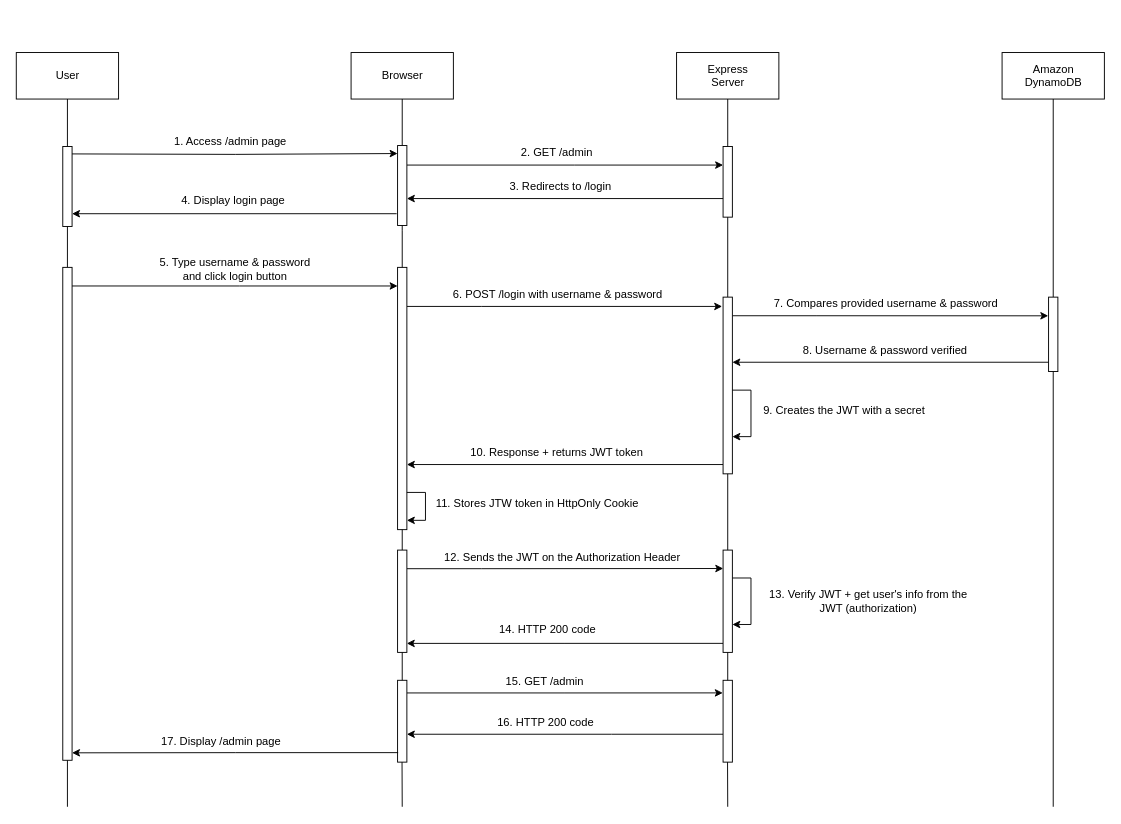
This is doc/diagrams/authentication-flow/A&A-flow.drawio from halaoner/KO-Portfolio, a draw.io file, before an edit. Source tidied: cells renumbered, new cells numbered last; positions are measured from the earlier drawing's top-left corner, leaving out a move shared by most shapes. Both pictures are drawn from the tidied source at 93%, with x=0, y=0 at pixel (16, 52). Pictures stored in the file or linked from it are replaced by grey dashed boxes.
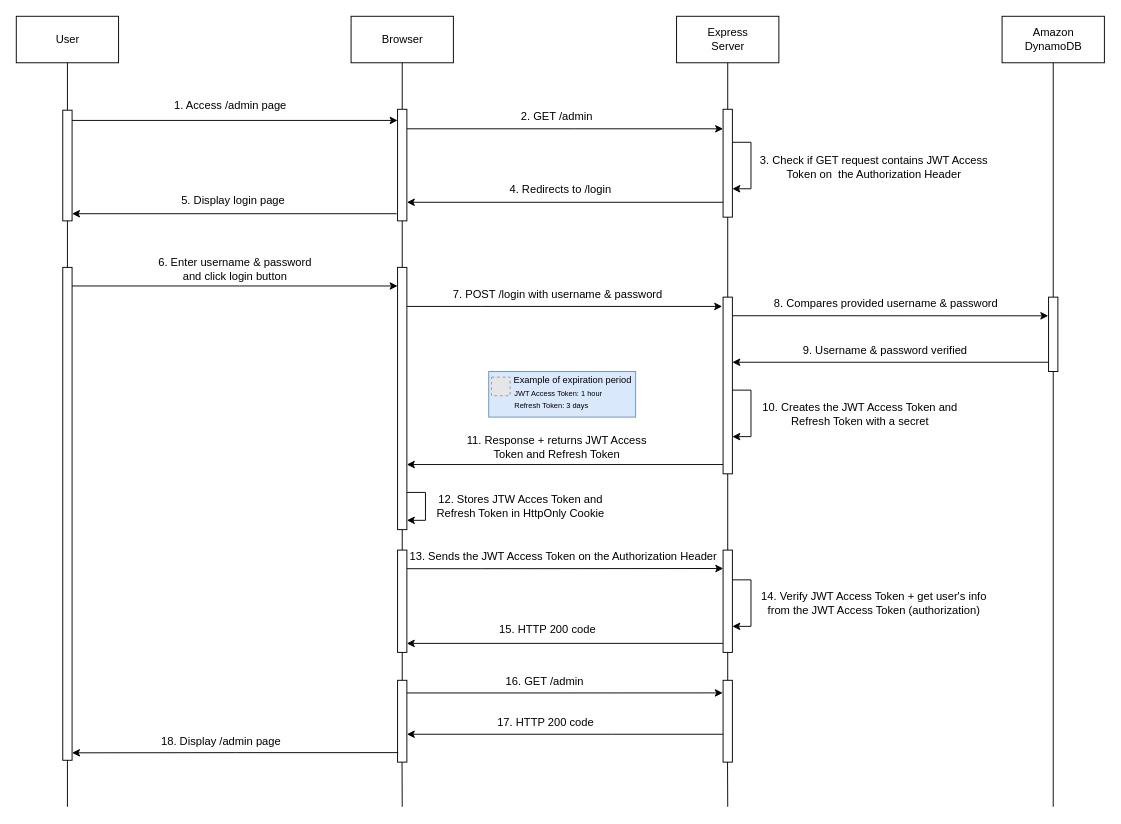
The same page after the edit.

Commit message (it also covers changes not shown here):
Add refresh token

The edit, as a diff of the source:
```diff
@@
     <mxCell id="2" value="Browser" style="html=1;" parent="1" vertex="1">
-      <mxGeometry x="360" width="110" height="50" as="geometry" />
+      <mxGeometry x="360" y="-39" width="110" height="50" as="geometry" />
     </mxCell>
     <mxCell id="3" value="Express &lt;br&gt;Server" style="html=1;" parent="1" vertex="1">
-      <mxGeometry x="710" width="110" height="50" as="geometry" />
+      <mxGeometry x="710" y="-39" width="110" height="50" as="geometry" />
     </mxCell>
     <mxCell id="4" value="Amazon &lt;br&gt;DynamoDB" style="html=1;" parent="1" vertex="1">
-      <mxGeometry x="1060" width="110" height="50" as="geometry" />
+      <mxGeometry x="1060" y="-39" width="110" height="50" as="geometry" />
     </mxCell>
@@
-    <mxCell id="14" value="6. POST /login with username &amp;amp; password" style="text;html=1;align=center;verticalAlign=middle;strokeColor=none;fillColor=none;" parent="1" vertex="1">
+    <mxCell id="14" value="7. POST /login with username &amp;amp; password" style="text;html=1;align=center;verticalAlign=middle;strokeColor=none;fillColor=none;" parent="1" vertex="1">
       <mxGeometry x="462" y="250" width="240" height="20" as="geometry" />
     </mxCell>
@@
-    <mxCell id="18" value="7. Compares provided username &amp;amp; password" style="text;html=1;align=center;verticalAlign=middle;strokeColor=none;fillColor=none;" parent="1" vertex="1">
+    <mxCell id="18" value="8. Compares provided username &amp;amp; password" style="text;html=1;align=center;verticalAlign=middle;strokeColor=none;fillColor=none;" parent="1" vertex="1">
       <mxGeometry x="805" y="260" width="260" height="20" as="geometry" />
     </mxCell>
-    <mxCell id="19" value="8. Username &amp;amp; password verified" style="text;html=1;align=center;verticalAlign=middle;strokeColor=none;fillColor=none;" parent="1" vertex="1">
+    <mxCell id="19" value="9. Username &amp;amp; password verified" style="text;html=1;align=center;verticalAlign=middle;strokeColor=none;fillColor=none;" parent="1" vertex="1">
       <mxGeometry x="839" y="311" width="190" height="20" as="geometry" />
     </mxCell>
@@
-    <mxCell id="22" value="9. Creates the JWT with a secret" style="text;html=1;align=center;verticalAlign=middle;strokeColor=none;fillColor=none;" parent="1" vertex="1">
-      <mxGeometry x="795" y="375" width="190" height="20" as="geometry" />
+    <mxCell id="22" value="10. Creates the JWT Access Token and &lt;br&gt;Refresh Token with a secret" style="text;html=1;align=center;verticalAlign=middle;strokeColor=none;fillColor=none;" parent="1" vertex="1">
+      <mxGeometry x="792" y="374" width="230" height="30" as="geometry" />
     </mxCell>
-    <mxCell id="23" value="10. Response + returns JWT token" style="text;html=1;align=center;verticalAlign=middle;strokeColor=none;fillColor=none;" parent="1" vertex="1">
-      <mxGeometry x="481" y="420" width="200" height="20" as="geometry" />
+    <mxCell id="23" value="11. Response + returns JWT Access &lt;br&gt;Token and Refresh Token" style="text;html=1;align=center;verticalAlign=middle;strokeColor=none;fillColor=none;" parent="1" vertex="1">
+      <mxGeometry x="476" y="409" width="210" height="30" as="geometry" />
     </mxCell>
@@
-    <mxCell id="29" value="12. Sends the JWT on the Authorization Header" style="text;html=1;align=center;verticalAlign=middle;strokeColor=none;fillColor=none;" parent="1" vertex="1">
-      <mxGeometry x="452" y="533" width="270" height="20" as="geometry" />
+    <mxCell id="29" value="13. Sends the JWT Access Token on the Authorization Header" style="text;html=1;align=center;verticalAlign=middle;strokeColor=none;fillColor=none;" parent="1" vertex="1">
+      <mxGeometry x="413" y="532" width="350" height="20" as="geometry" />
     </mxCell>
     <mxCell id="30" style="edgeStyle=orthogonalEdgeStyle;rounded=0;orthogonalLoop=1;jettySize=auto;html=1;" parent="1" edge="1">
       <mxGeometry relative="1" as="geometry">
-        <mxPoint x="770" y="565" as="sourcePoint" />
-        <mxPoint x="770" y="615" as="targetPoint" />
+        <mxPoint x="770" y="567" as="sourcePoint" />
+        <mxPoint x="770" y="617" as="targetPoint" />
         <Array as="points">
-          <mxPoint x="770" y="565" />
-          <mxPoint x="790" y="565" />
-          <mxPoint x="790" y="615" />
+          <mxPoint x="770" y="567" />
+          <mxPoint x="790" y="567" />
+          <mxPoint x="790" y="617" />
         </Array>
       </mxGeometry>
     </mxCell>
-    <mxCell id="31" value="13. Verify JWT + get user's info from the &lt;br&gt;JWT (authorization)" style="text;html=1;align=center;verticalAlign=middle;strokeColor=none;fillColor=none;" parent="1" vertex="1">
-      <mxGeometry x="801" y="575" width="230" height="30" as="geometry" />
+    <mxCell id="31" value="14. Verify JWT Access Token&amp;nbsp;+ get user's info &lt;br&gt;from the JWT Access Token (authorization)" style="text;html=1;align=center;verticalAlign=middle;strokeColor=none;fillColor=none;" parent="1" vertex="1">
+      <mxGeometry x="792" y="577" width="260" height="30" as="geometry" />
     </mxCell>
-    <mxCell id="32" value="14. HTTP 200 code" style="text;html=1;align=center;verticalAlign=middle;strokeColor=none;fillColor=none;" parent="1" vertex="1">
+    <mxCell id="32" value="15. HTTP 200 code" style="text;html=1;align=center;verticalAlign=middle;strokeColor=none;fillColor=none;" parent="1" vertex="1">
       <mxGeometry x="511" y="611" width="120" height="20" as="geometry" />
     </mxCell>
@@
-    <mxCell id="37" value="15. GET /admin" style="text;html=1;align=center;verticalAlign=middle;strokeColor=none;fillColor=none;" parent="1" vertex="1">
+    <mxCell id="37" value="16. GET /admin" style="text;html=1;align=center;verticalAlign=middle;strokeColor=none;fillColor=none;" parent="1" vertex="1">
       <mxGeometry x="518" y="667" width="100" height="20" as="geometry" />
     </mxCell>
-    <mxCell id="38" value="16. HTTP 200 code" style="text;html=1;align=center;verticalAlign=middle;strokeColor=none;fillColor=none;" parent="1" vertex="1">
+    <mxCell id="38" value="17. HTTP 200 code" style="text;html=1;align=center;verticalAlign=middle;strokeColor=none;fillColor=none;" parent="1" vertex="1">
       <mxGeometry x="509" y="711" width="120" height="20" as="geometry" />
     </mxCell>
     <mxCell id="39" value="User" style="html=1;" parent="1" vertex="1">
-      <mxGeometry width="110" height="50" as="geometry" />
+      <mxGeometry y="-39" width="110" height="50" as="geometry" />
     </mxCell>
@@
     <mxCell id="41" style="html=1;points=[];perimeter=orthogonalPerimeter;" parent="1" vertex="1">
-      <mxGeometry x="50" y="101" width="10" height="86" as="geometry" />
+      <mxGeometry x="50" y="62" width="10" height="119" as="geometry" />
     </mxCell>
@@
-    <mxCell id="43" style="edgeStyle=orthogonalEdgeStyle;rounded=0;jettySize=auto;html=1;" parent="1" edge="1" source="44" target="49">
+    <mxCell id="43" style="edgeStyle=orthogonalEdgeStyle;rounded=0;jettySize=auto;html=1;" parent="1" edge="1" source="44">
       <mxGeometry relative="1" as="geometry">
+        <mxPoint x="760" y="82" as="targetPoint" />
         <Array as="points">
-          <mxPoint x="600" y="121" />
-          <mxPoint x="600" y="121" />
+          <mxPoint x="600" y="82" />
+          <mxPoint x="600" y="82" />
         </Array>
       </mxGeometry>
     </mxCell>
     <mxCell id="44" style="html=1;points=[];perimeter=orthogonalPerimeter;" parent="1" vertex="1">
-      <mxGeometry x="410" y="100" width="10" height="86" as="geometry" />
+      <mxGeometry x="410" y="61" width="10" height="120" as="geometry" />
     </mxCell>
@@
-    <mxCell id="47" value="11. Stores JTW token in HttpOnly Cookie" style="text;html=1;align=center;verticalAlign=middle;strokeColor=none;fillColor=none;" parent="1" vertex="1">
-      <mxGeometry x="445" y="475" width="230" height="20" as="geometry" />
+    <mxCell id="47" value="12. Stores JTW Acces Token and &lt;br&gt;Refresh Token in HttpOnly Cookie" style="text;html=1;align=center;verticalAlign=middle;strokeColor=none;fillColor=none;" parent="1" vertex="1">
+      <mxGeometry x="442" y="473" width="200" height="30" as="geometry" />
     </mxCell>
     <mxCell id="48" value="1. Access /admin page" style="text;html=1;align=center;verticalAlign=middle;strokeColor=none;fillColor=none;" parent="1" vertex="1">
-      <mxGeometry x="160" y="86" width="140" height="20" as="geometry" />
+      <mxGeometry x="160" y="47" width="140" height="20" as="geometry" />
     </mxCell>
     <mxCell id="49" style="html=1;points=[];perimeter=orthogonalPerimeter;" parent="1" vertex="1">
-      <mxGeometry x="760" y="101" width="10" height="76" as="geometry" />
+      <mxGeometry x="760" y="61" width="10" height="116" as="geometry" />
     </mxCell>
     <mxCell id="50" value="2. GET /admin" style="text;html=1;align=center;verticalAlign=middle;strokeColor=none;fillColor=none;" parent="1" vertex="1">
-      <mxGeometry x="536" y="98" width="90" height="20" as="geometry" />
+      <mxGeometry x="536" y="59" width="90" height="20" as="geometry" />
     </mxCell>
     <mxCell id="51" style="edgeStyle=orthogonalEdgeStyle;rounded=0;orthogonalLoop=1;jettySize=auto;html=1;" parent="1" edge="1">
       <mxGeometry relative="1" as="geometry">
-        <mxPoint x="760" y="157" as="sourcePoint" />
-        <mxPoint x="420" y="157" as="targetPoint" />
+        <mxPoint x="760" y="161" as="sourcePoint" />
+        <mxPoint x="420" y="161" as="targetPoint" />
         <Array as="points">
-          <mxPoint x="420" y="157" />
+          <mxPoint x="420" y="161" />
         </Array>
       </mxGeometry>
     </mxCell>
-    <mxCell id="52" value="3. Redirects to /login" style="text;html=1;align=center;verticalAlign=middle;strokeColor=none;fillColor=none;" parent="1" vertex="1">
-      <mxGeometry x="525" y="134" width="120" height="20" as="geometry" />
+    <mxCell id="52" value="4. Redirects to /login" style="text;html=1;align=center;verticalAlign=middle;strokeColor=none;fillColor=none;" parent="1" vertex="1">
+      <mxGeometry x="525" y="138" width="120" height="20" as="geometry" />
     </mxCell>
@@
-    <mxCell id="54" value="17. Display /admin page" style="text;html=1;align=center;verticalAlign=middle;strokeColor=none;fillColor=none;" parent="1" vertex="1">
+    <mxCell id="54" value="18. Display /admin page" style="text;html=1;align=center;verticalAlign=middle;strokeColor=none;fillColor=none;" parent="1" vertex="1">
       <mxGeometry x="150" y="731" width="140" height="20" as="geometry" />
     </mxCell>
@@
-    <mxCell id="56" value="4. Display login page" style="text;html=1;align=center;verticalAlign=middle;strokeColor=none;fillColor=none;" parent="1" vertex="1">
+    <mxCell id="56" value="5. Display login page" style="text;html=1;align=center;verticalAlign=middle;strokeColor=none;fillColor=none;" parent="1" vertex="1">
       <mxGeometry x="168" y="149" width="130" height="20" as="geometry" />
     </mxCell>
@@
-    <mxCell id="61" value="5. Type username &amp;amp; password &lt;br&gt;and click login button" style="text;html=1;align=center;verticalAlign=middle;strokeColor=none;fillColor=none;" parent="1" vertex="1">
+    <mxCell id="61" value="6. Enter username &amp;amp; password &lt;br&gt;and click login button" style="text;html=1;align=center;verticalAlign=middle;strokeColor=none;fillColor=none;" parent="1" vertex="1">
       <mxGeometry x="145" y="218" width="180" height="30" as="geometry" />
     </mxCell>
     <mxCell id="62" style="edgeStyle=orthogonalEdgeStyle;rounded=0;jettySize=auto;html=1;entryX=0;entryY=0.1;entryDx=0;entryDy=0;entryPerimeter=0;" parent="1" edge="1" target="44">
       <mxGeometry relative="1" as="geometry">
-        <mxPoint x="60" y="109" as="sourcePoint" />
+        <mxPoint x="60" y="73" as="sourcePoint" />
+        <Array as="points">
+          <mxPoint x="60" y="73" />
+        </Array>
       </mxGeometry>
     </mxCell>
@@
+    <mxCell id="65" style="edgeStyle=orthogonalEdgeStyle;rounded=0;orthogonalLoop=1;jettySize=auto;html=1;" parent="1" edge="1">
+      <mxGeometry relative="1" as="geometry">
+        <mxPoint x="770" y="96.5" as="sourcePoint" />
+        <mxPoint x="770" y="146.5" as="targetPoint" />
+        <Array as="points">
+          <mxPoint x="770" y="96.5" />
+          <mxPoint x="790" y="96.5" />
+          <mxPoint x="790" y="146.5" />
+        </Array>
+      </mxGeometry>
+    </mxCell>
+    <mxCell id="66" value="3. Check if GET request contains JWT Access &lt;br&gt;Token on&amp;nbsp; the Authorization Header" style="text;html=1;align=center;verticalAlign=middle;strokeColor=none;fillColor=none;" parent="1" vertex="1">
+      <mxGeometry x="792" y="108" width="260" height="30" as="geometry" />
+    </mxCell>
+    <mxCell id="67" style="rounded=0;whiteSpace=wrap;html=1;fillColor=#dae8fc;strokeColor=#6c8ebf;" parent="1" vertex="1">
+      <mxGeometry x="508" y="343" width="158" height="49" as="geometry" />
+    </mxCell>
+    <mxCell id="68" style="fillColor=#E6E6E6;strokeColor=#999999;dashed=1;html=1;verticalAlign=top;verticalLabelPosition=bottom;labelBackgroundColor=#ffffff;" parent="1" vertex="1">
+      <mxGeometry x="511" y="349" width="20" height="20" as="geometry" />
+    </mxCell>
+    <mxCell id="69" value="&lt;font style=&quot;font-size: 8px&quot;&gt;JWT Access Token: 1 hour&lt;/font&gt;" style="text;html=1;strokeColor=none;fillColor=none;align=left;verticalAlign=middle;whiteSpace=wrap;rounded=0;" parent="1" vertex="1">
+      <mxGeometry x="534" y="360" width="117" height="12" as="geometry" />
+    </mxCell>
+    <mxCell id="70" value="&lt;font style=&quot;font-size: 8px&quot;&gt;Refresh Token: 3 days&lt;/font&gt;" style="text;html=1;strokeColor=none;fillColor=none;align=left;verticalAlign=middle;whiteSpace=wrap;rounded=0;" parent="1" vertex="1">
+      <mxGeometry x="534" y="373" width="94" height="11" as="geometry" />
+    </mxCell>
+    <mxCell id="71" value="&lt;font style=&quot;font-size: 10px&quot;&gt;Example of expiration period&lt;/font&gt;" style="text;html=1;strokeColor=none;fillColor=none;align=center;verticalAlign=middle;whiteSpace=wrap;rounded=0;" parent="1" vertex="1">
+      <mxGeometry x="534" y="343" width="129" height="17" as="geometry" />
+    </mxCell>
```
